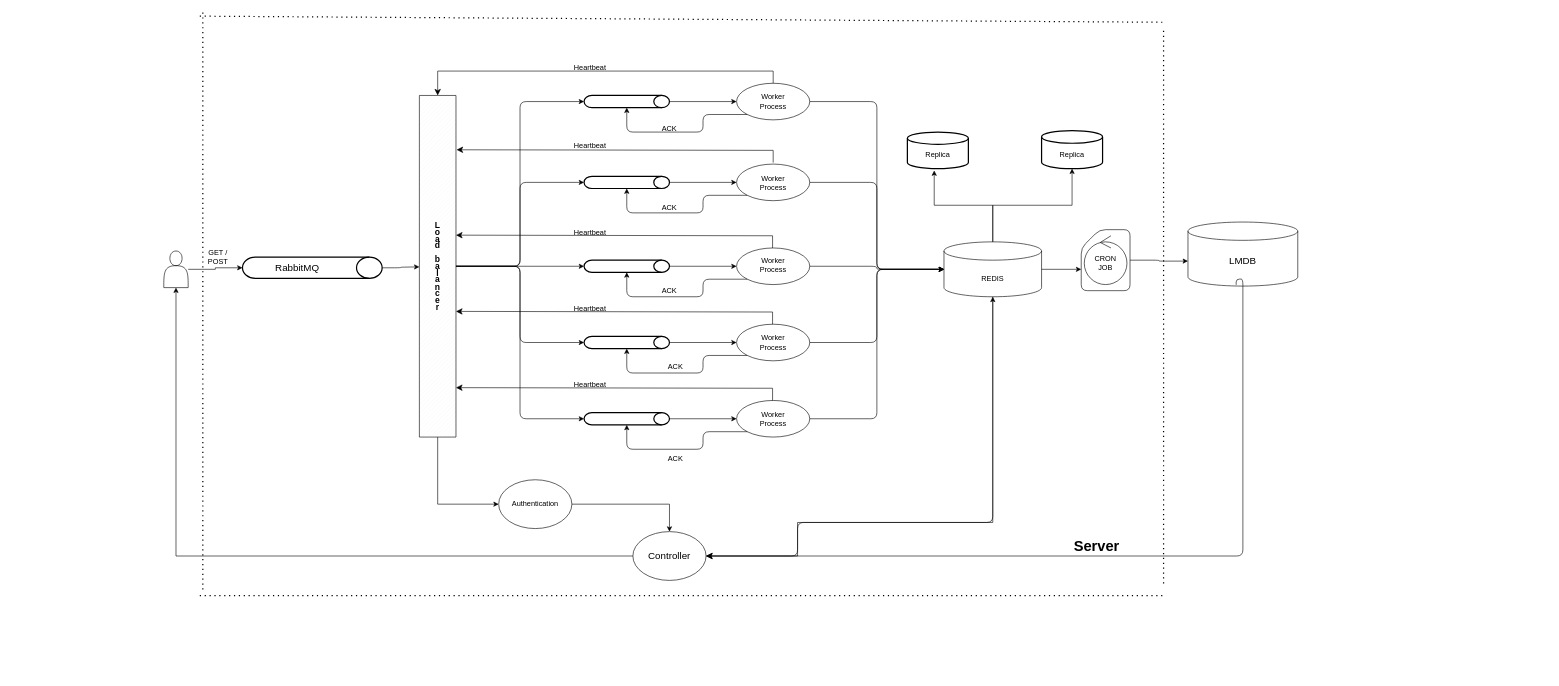
Before: page "Page-2" (2 of 2) of msgLengthCntAggrigator.drawio in mr-optimizer/System_architecture_diagrams, a draw.io diagram. Source tidied: cells renumbered, new cells numbered last; positions are measured from the earlier drawing's top-left corner, leaving out a move shared by most shapes. Both pictures are drawn from the tidied source at 61%, with x=0, y=0 at pixel (163, 11).
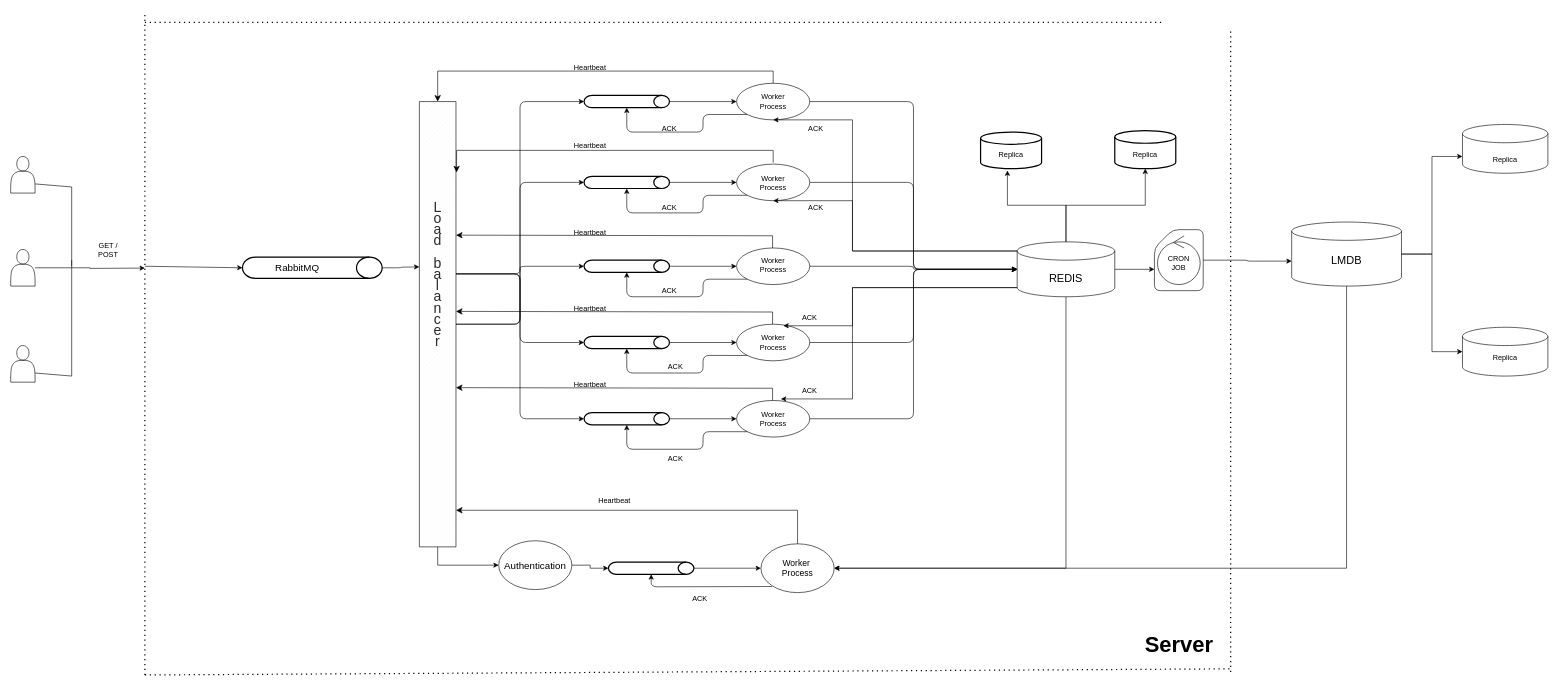
The same diagram, later.

Unchanged cells that the change refers to:
```xml
<mxCell id="9" style="ellipse;whiteSpace=wrap;html=1;labelBackgroundColor=none;rounded=1;" parent="1" vertex="1">
  <mxGeometry x="939" y="118" width="120" height="60" as="geometry" />
</mxCell>
<mxCell id="10" style="ellipse;whiteSpace=wrap;html=1;labelBackgroundColor=none;rounded=1;" parent="1" vertex="1">
  <mxGeometry x="939" y="250.5" width="120" height="60" as="geometry" />
</mxCell>
<mxCell id="12" style="ellipse;whiteSpace=wrap;html=1;labelBackgroundColor=none;rounded=1;" parent="1" vertex="1">
  <mxGeometry x="939" y="513" width="120" height="60" as="geometry" />
</mxCell>
<mxCell id="13" style="ellipse;whiteSpace=wrap;html=1;labelBackgroundColor=none;rounded=1;" parent="1" vertex="1">
  <mxGeometry x="939" y="638" width="120" height="60" as="geometry" />
</mxCell>
<mxCell id="66" style="strokeWidth=2;html=1;shape=mxgraph.flowchart.direct_data;whiteSpace=wrap;rounded=1;" parent="1" vertex="1">
  <mxGeometry x="129" y="403" width="229" height="35" as="geometry" />
</mxCell>
```

Change to the diagram source:
```diff
@@
     <mxCell id="4" style="verticalLabelPosition=bottom;verticalAlign=top;html=1;shape=mxgraph.basic.patternFillRect;fillStyle=diag;step=5;fillStrokeWidth=0.2;fillStrokeColor=#dddddd;labelBackgroundColor=none;rounded=1;" parent="1" vertex="1">
-      <mxGeometry x="419" y="138" width="60" height="560" as="geometry" />
+      <mxGeometry x="419" y="148" width="60" height="730" as="geometry" />
     </mxCell>
@@
-    <mxCell id="8" value="&lt;p style=&quot;line-height: 80%; font-size: 14px;&quot;&gt;&lt;b&gt;L&lt;br&gt;o&lt;br&gt;a&lt;br&gt;d&lt;br&gt;&lt;br&gt;b&lt;br&gt;a&lt;br&gt;l&lt;br&gt;a&lt;br&gt;n&lt;br&gt;c&lt;br&gt;e&lt;br&gt;r&lt;/b&gt;&lt;/p&gt;" style="text;html=1;strokeColor=none;fillColor=none;align=center;verticalAlign=middle;whiteSpace=wrap;rounded=1;labelBackgroundColor=none;" parent="1" vertex="1">
-      <mxGeometry x="419" y="403" width="60" height="30" as="geometry" />
+    <mxCell id="8" value="&lt;p style=&quot;line-height: 80%; font-size: 23px;&quot;&gt;&lt;span style=&quot;font-size: 23px;&quot;&gt;L&lt;br style=&quot;font-size: 23px;&quot;&gt;o&lt;br style=&quot;font-size: 23px;&quot;&gt;a&lt;br style=&quot;font-size: 23px;&quot;&gt;d&lt;br style=&quot;font-size: 23px;&quot;&gt;&lt;br style=&quot;font-size: 23px;&quot;&gt;b&lt;br style=&quot;font-size: 23px;&quot;&gt;a&lt;br style=&quot;font-size: 23px;&quot;&gt;l&lt;br style=&quot;font-size: 23px;&quot;&gt;a&lt;br style=&quot;font-size: 23px;&quot;&gt;n&lt;br style=&quot;font-size: 23px;&quot;&gt;c&lt;br style=&quot;font-size: 23px;&quot;&gt;e&lt;br style=&quot;font-size: 23px;&quot;&gt;r&lt;/span&gt;&lt;/p&gt;" style="text;html=1;strokeColor=none;fillColor=none;align=center;verticalAlign=middle;whiteSpace=wrap;rounded=1;labelBackgroundColor=none;fontSize=23;fontStyle=0;fontColor=#292929;" parent="1" vertex="1">
+      <mxGeometry x="419" y="413" width="60" height="35" as="geometry" />
     </mxCell>
@@
+    <mxCell id="61" style="edgeStyle=orthogonalEdgeStyle;rounded=0;jettySize=auto;html=1;entryX=1;entryY=0.5;entryDx=0;entryDy=0;" parent="1" edge="1" source="29" target="58">
+      <mxGeometry relative="1" as="geometry">
+        <Array as="points">
+          <mxPoint x="1479" y="913" />
+        </Array>
+      </mxGeometry>
+    </mxCell>
+    <mxCell id="89" style="edgeStyle=orthogonalEdgeStyle;rounded=0;jettySize=auto;html=1;exitX=0;exitY=0;exitDx=0;exitDy=15;exitPerimeter=0;entryX=0.5;entryY=1;entryDx=0;entryDy=0;" parent="1" edge="1" source="29" target="9">
+      <mxGeometry relative="1" as="geometry">
+        <Array as="points">
+          <mxPoint x="1129" y="393" />
+          <mxPoint x="1129" y="178" />
+        </Array>
+      </mxGeometry>
+    </mxCell>
+    <mxCell id="90" style="edgeStyle=orthogonalEdgeStyle;rounded=0;jettySize=auto;html=1;exitX=0;exitY=0;exitDx=0;exitDy=15;exitPerimeter=0;entryX=0.5;entryY=1;entryDx=0;entryDy=0;" parent="1" edge="1" source="29" target="10">
+      <mxGeometry relative="1" as="geometry">
+        <Array as="points">
+          <mxPoint x="1129" y="393" />
+          <mxPoint x="1129" y="311" />
+        </Array>
+      </mxGeometry>
+    </mxCell>
     <mxCell id="29" style="shape=cylinder3;whiteSpace=wrap;html=1;boundedLbl=1;backgroundOutline=1;size=15;labelBackgroundColor=none;rounded=1;" parent="1" vertex="1">
-      <mxGeometry x="1279" y="378" width="160" height="90" as="geometry" />
+      <mxGeometry x="1399" y="378" width="160" height="90" as="geometry" />
     </mxCell>
@@
-    <mxCell id="35" value="REDIS" style="text;html=1;strokeColor=none;fillColor=none;align=center;verticalAlign=middle;whiteSpace=wrap;rounded=1;labelBackgroundColor=none;" parent="1" vertex="1">
-      <mxGeometry x="1329" y="423" width="60" height="30" as="geometry" />
+    <mxCell id="35" value="REDIS" style="text;html=1;strokeColor=none;fillColor=none;align=center;verticalAlign=middle;whiteSpace=wrap;rounded=1;labelBackgroundColor=none;fontSize=18;" parent="1" vertex="1">
+      <mxGeometry x="1449" y="423" width="60" height="30" as="geometry" />
     </mxCell>
     <mxCell id="36" style="endArrow=none;dashed=1;html=1;dashPattern=1 3;strokeWidth=2;rounded=1;labelBackgroundColor=none;fontColor=default;" parent="1" edge="1">
       <mxGeometry relative="1" as="geometry">
-        <mxPoint x="59" y="8" as="sourcePoint" />
+        <mxPoint x="-31" y="18" as="sourcePoint" />
         <mxPoint x="1639" y="18" as="targetPoint" />
       </mxGeometry>
     </mxCell>
     <mxCell id="37" style="endArrow=none;dashed=1;html=1;dashPattern=1 3;strokeWidth=2;rounded=1;labelBackgroundColor=none;fontColor=default;" parent="1" edge="1">
       <mxGeometry relative="1" as="geometry">
-        <mxPoint x="64" y="948" as="sourcePoint" />
-        <mxPoint x="64" as="targetPoint" />
+        <mxPoint x="-31" y="1088" as="sourcePoint" />
+        <mxPoint x="-31" y="5" as="targetPoint" />
       </mxGeometry>
     </mxCell>
     <mxCell id="38" style="endArrow=none;dashed=1;html=1;dashPattern=1 3;strokeWidth=2;rounded=1;labelBackgroundColor=none;fontColor=default;" parent="1" edge="1">
       <mxGeometry relative="1" as="geometry">
-        <mxPoint x="1639" y="938" as="sourcePoint" />
-        <mxPoint x="1639" y="28" as="targetPoint" />
+        <mxPoint x="1749" y="1083" as="sourcePoint" />
+        <mxPoint x="1749" y="33" as="targetPoint" />
       </mxGeometry>
     </mxCell>
     <mxCell id="39" style="endArrow=none;dashed=1;html=1;dashPattern=1 3;strokeWidth=2;rounded=1;labelBackgroundColor=none;fontColor=default;" parent="1" edge="1">
       <mxGeometry relative="1" as="geometry">
-        <mxPoint x="59" y="958" as="sourcePoint" />
-        <mxPoint x="1639" y="958" as="targetPoint" />
+        <mxPoint x="-31" y="1088" as="sourcePoint" />
+        <mxPoint x="1749" y="1078" as="targetPoint" />
       </mxGeometry>
     </mxCell>
+    <mxCell id="91" style="edgeStyle=orthogonalEdgeStyle;rounded=0;jettySize=auto;html=1;entryX=1;entryY=0.5;entryDx=0;entryDy=0;" parent="1" edge="1" source="40" target="58">
+      <mxGeometry relative="1" as="geometry">
+        <Array as="points">
+          <mxPoint x="1939" y="913" />
+        </Array>
+      </mxGeometry>
+    </mxCell>
     <mxCell id="40" style="shape=cylinder3;whiteSpace=wrap;html=1;boundedLbl=1;backgroundOutline=1;size=15;labelBackgroundColor=none;rounded=1;" parent="1" vertex="1">
-      <mxGeometry x="1679" y="345.5" width="180" height="105" as="geometry" />
+      <mxGeometry x="1849" y="345.5" width="180" height="105" as="geometry" />
     </mxCell>
-    <mxCell id="41" value="LMDB" style="text;html=1;strokeColor=none;fillColor=none;align=center;verticalAlign=middle;whiteSpace=wrap;rounded=1;labelBackgroundColor=none;fontSize=16;" parent="1" vertex="1">
-      <mxGeometry x="1739" y="393" width="60" height="30" as="geometry" />
+    <mxCell id="41" value="LMDB" style="text;html=1;strokeColor=none;fillColor=none;align=center;verticalAlign=middle;whiteSpace=wrap;rounded=1;labelBackgroundColor=none;fontSize=18;" parent="1" vertex="1">
+      <mxGeometry x="1909" y="393" width="60" height="30" as="geometry" />
     </mxCell>
     <mxCell id="42" style="shape=card;whiteSpace=wrap;html=1;labelBackgroundColor=none;rounded=1;" parent="1" vertex="1">
-      <mxGeometry x="1504" y="358" width="80" height="100" as="geometry" />
+      <mxGeometry x="1624" y="358" width="80" height="100" as="geometry" />
     </mxCell>
-    <mxCell id="43" value="Server" style="text;strokeColor=none;fillColor=none;html=1;fontSize=24;fontStyle=1;verticalAlign=middle;align=center;labelBackgroundColor=none;rounded=1;" parent="1" vertex="1">
-      <mxGeometry x="1479" y="858" width="100" height="40" as="geometry" />
+    <mxCell id="43" value="Server" style="text;strokeColor=none;fillColor=none;html=1;fontSize=36;fontStyle=1;verticalAlign=middle;align=center;labelBackgroundColor=none;rounded=1;" parent="1" vertex="1">
+      <mxGeometry x="1614" y="1018" width="100" height="40" as="geometry" />
     </mxCell>
     <mxCell id="44" value="CRON&lt;br&gt;JOB" style="ellipse;shape=umlControl;whiteSpace=wrap;html=1;labelBackgroundColor=none;rounded=1;" parent="1" vertex="1">
-      <mxGeometry x="1509" y="368" width="70" height="80" as="geometry" />
+      <mxGeometry x="1629" y="368" width="70" height="80" as="geometry" />
     </mxCell>
@@
-    <mxCell id="57" style="edgeStyle=orthogonalEdgeStyle;rounded=0;jettySize=auto;html=1;entryX=0.5;entryY=1;entryDx=0;entryDy=0;" parent="1" edge="1" source="58" target="64">
-      <mxGeometry relative="1" as="geometry" />
-    </mxCell>
     <mxCell id="58" style="ellipse;whiteSpace=wrap;html=1;labelBackgroundColor=none;rounded=1;" parent="1" vertex="1">
-      <mxGeometry x="769" y="853" width="120" height="80" as="geometry" />
+      <mxGeometry x="979" y="873" width="120" height="80" as="geometry" />
     </mxCell>
     <mxCell id="59" value="GET / POST" style="text;html=1;strokeColor=none;fillColor=none;align=center;verticalAlign=middle;whiteSpace=wrap;rounded=1;labelBackgroundColor=none;" parent="1" vertex="1">
-      <mxGeometry x="59" y="388" width="60" height="30" as="geometry" />
+      <mxGeometry x="-121" y="375.5" width="60" height="30" as="geometry" />
     </mxCell>
-    <mxCell id="60" value="Controller" style="text;html=1;strokeColor=none;fillColor=none;align=center;verticalAlign=middle;whiteSpace=wrap;rounded=1;labelBackgroundColor=none;fontSize=16;" parent="1" vertex="1">
-      <mxGeometry x="799" y="878" width="60" height="30" as="geometry" />
+    <mxCell id="60" value="Worker&amp;nbsp;&lt;br style=&quot;font-size: 14px;&quot;&gt;Process" style="text;html=1;strokeColor=none;fillColor=none;align=center;verticalAlign=middle;whiteSpace=wrap;rounded=1;labelBackgroundColor=none;fontSize=14;" parent="1" vertex="1">
+      <mxGeometry x="1009" y="898" width="60" height="30" as="geometry" />
     </mxCell>
-    <mxCell id="61" style="edgeStyle=segmentEdgeStyle;endArrow=classic;html=1;curved=0;rounded=1;endSize=8;startSize=8;exitX=0.5;exitY=1;exitDx=0;exitDy=0;entryX=1;entryY=0.5;entryDx=0;entryDy=0;exitPerimeter=0;labelBackgroundColor=none;fontColor=default;" parent="1" edge="1" source="29" target="58">
-      <mxGeometry relative="1" as="geometry">
-        <Array as="points">
-          <mxPoint x="1359" y="838" />
-          <mxPoint x="1039" y="838" />
-          <mxPoint x="1039" y="893" />
-        </Array>
-      </mxGeometry>
-    </mxCell>
-    <mxCell id="62" style="edgeStyle=segmentEdgeStyle;endArrow=classic;html=1;curved=0;rounded=1;endSize=8;startSize=8;exitX=0.439;exitY=0.981;exitDx=0;exitDy=0;exitPerimeter=0;labelBackgroundColor=none;fontColor=default;entryX=1;entryY=0.5;entryDx=0;entryDy=0;" parent="1" edge="1" source="40">
-      <mxGeometry relative="1" as="geometry">
-        <mxPoint x="889" y="893" as="targetPoint" />
-        <Array as="points">
-          <mxPoint x="1758" y="439" />
-          <mxPoint x="1769" y="439" />
-          <mxPoint x="1769" y="893" />
-        </Array>
-      </mxGeometry>
-    </mxCell>
-    <mxCell id="63" style="edgeStyle=orthogonalEdgeStyle;rounded=0;jettySize=auto;html=1;entryX=0;entryY=0.5;entryDx=0;entryDy=0;entryPerimeter=0;" parent="1" edge="1" source="64" target="66">
-      <mxGeometry relative="1" as="geometry" />
-    </mxCell>
     <mxCell id="64" style="shape=actor;whiteSpace=wrap;html=1;labelBackgroundColor=none;rounded=1;" parent="1" vertex="1">
-      <mxGeometry y="393" width="40" height="60" as="geometry" />
+      <mxGeometry x="-251" y="238" width="40" height="60" as="geometry" />
     </mxCell>
@@
     <mxCell id="68" style="strokeWidth=2;html=1;shape=mxgraph.flowchart.database;whiteSpace=wrap;" parent="1" vertex="1">
-      <mxGeometry x="1219" y="198" width="100" height="60" as="geometry" />
+      <mxGeometry x="1339" y="198" width="100" height="60" as="geometry" />
     </mxCell>
     <mxCell id="69" style="strokeWidth=2;html=1;shape=mxgraph.flowchart.database;whiteSpace=wrap;" parent="1" vertex="1">
-      <mxGeometry x="1439" y="195.5" width="100" height="62.5" as="geometry" />
+      <mxGeometry x="1559" y="195.5" width="100" height="62.5" as="geometry" />
     </mxCell>
@@
     <mxCell id="72" value="Replica" style="text;html=1;strokeColor=none;fillColor=none;align=center;verticalAlign=middle;whiteSpace=wrap;rounded=0;" parent="1" vertex="1">
-      <mxGeometry x="1239" y="220.5" width="60" height="30" as="geometry" />
+      <mxGeometry x="1359" y="220.5" width="60" height="30" as="geometry" />
     </mxCell>
     <mxCell id="73" value="Replica" style="text;html=1;strokeColor=none;fillColor=none;align=center;verticalAlign=middle;whiteSpace=wrap;rounded=0;" parent="1" vertex="1">
-      <mxGeometry x="1459" y="220.5" width="60" height="30" as="geometry" />
+      <mxGeometry x="1579" y="220.5" width="60" height="30" as="geometry" />
     </mxCell>
@@
-    <mxCell id="84" style="edgeStyle=orthogonalEdgeStyle;rounded=0;jettySize=auto;html=1;entryX=0.5;entryY=0;entryDx=0;entryDy=0;" parent="1" edge="1" source="85" target="58">
-      <mxGeometry relative="1" as="geometry" />
-    </mxCell>
     <mxCell id="85" style="ellipse;whiteSpace=wrap;html=1;" parent="1" vertex="1">
-      <mxGeometry x="549" y="768" width="120" height="80" as="geometry" />
+      <mxGeometry x="549" y="868" width="120" height="80" as="geometry" />
     </mxCell>
@@
-    <mxCell id="87" value="Authentication" style="text;html=1;strokeColor=none;fillColor=none;align=center;verticalAlign=middle;whiteSpace=wrap;rounded=0;" parent="1" vertex="1">
-      <mxGeometry x="579" y="793" width="60" height="30" as="geometry" />
+    <mxCell id="87" value="Authentication" style="text;html=1;strokeColor=none;fillColor=none;align=center;verticalAlign=middle;whiteSpace=wrap;rounded=0;fontSize=16;" parent="1" vertex="1">
+      <mxGeometry x="579" y="893" width="60" height="30" as="geometry" />
     </mxCell>
-    <mxCell id="88" style="edgeStyle=orthogonalEdgeStyle;rounded=0;jettySize=auto;html=1;entryX=0.5;entryY=1;entryDx=0;entryDy=0;entryPerimeter=0;" parent="1" edge="1" source="58" target="29">
-      <mxGeometry relative="1" as="geometry">
-        <Array as="points">
-          <mxPoint x="1039" y="893" />
-          <mxPoint x="1039" y="838" />
-          <mxPoint x="1359" y="838" />
-        </Array>
-      </mxGeometry>
-    </mxCell>
+    <mxCell id="92" style="shape=cylinder3;whiteSpace=wrap;html=1;boundedLbl=1;backgroundOutline=1;size=15;" parent="1" vertex="1">
+      <mxGeometry x="2129" y="185.5" width="140" height="80" as="geometry" />
+    </mxCell>
+    <mxCell id="93" style="shape=cylinder3;whiteSpace=wrap;html=1;boundedLbl=1;backgroundOutline=1;size=15;" parent="1" vertex="1">
+      <mxGeometry x="2129" y="518" width="140" height="80" as="geometry" />
+    </mxCell>
+    <mxCell id="94" value="Replica" style="text;html=1;strokeColor=none;fillColor=none;align=center;verticalAlign=middle;whiteSpace=wrap;rounded=0;" parent="1" vertex="1">
+      <mxGeometry x="2169" y="228" width="60" height="30" as="geometry" />
+    </mxCell>
+    <mxCell id="95" value="Replica" style="text;html=1;strokeColor=none;fillColor=none;align=center;verticalAlign=middle;whiteSpace=wrap;rounded=0;" parent="1" vertex="1">
+      <mxGeometry x="2169" y="553" width="60" height="30" as="geometry" />
+    </mxCell>
+    <mxCell id="96" style="edgeStyle=orthogonalEdgeStyle;rounded=0;jettySize=auto;html=1;entryX=0;entryY=0;entryDx=0;entryDy=52.5;entryPerimeter=0;" parent="1" edge="1" source="40" target="92">
+      <mxGeometry relative="1" as="geometry" />
+    </mxCell>
+    <mxCell id="97" style="edgeStyle=orthogonalEdgeStyle;rounded=0;jettySize=auto;html=1;entryX=0;entryY=0.5;entryDx=0;entryDy=0;entryPerimeter=0;" parent="1" edge="1" source="40" target="93">
+      <mxGeometry relative="1" as="geometry" />
+    </mxCell>
+    <mxCell id="98" style="edgeStyle=orthogonalEdgeStyle;rounded=0;jettySize=auto;html=1;entryX=0;entryY=0.5;entryDx=0;entryDy=0;" parent="1" edge="1" source="99" target="58">
+      <mxGeometry relative="1" as="geometry" />
+    </mxCell>
+    <mxCell id="99" style="strokeWidth=2;html=1;shape=mxgraph.flowchart.direct_data;whiteSpace=wrap;labelBackgroundColor=none;rounded=1;" parent="1" vertex="1">
+      <mxGeometry x="729" y="903" width="140" height="20" as="geometry" />
+    </mxCell>
+    <mxCell id="100" style="edgeStyle=orthogonalEdgeStyle;rounded=1;jettySize=auto;html=1;exitX=0;exitY=1;exitDx=0;exitDy=0;entryX=0.5;entryY=1;entryDx=0;entryDy=0;entryPerimeter=0;labelBackgroundColor=none;fontColor=default;" parent="1" edge="1" target="99">
+      <mxGeometry relative="1" as="geometry">
+        <mxPoint x="997" y="943" as="sourcePoint" />
+      </mxGeometry>
+    </mxCell>
+    <mxCell id="101" value="ACK" style="text;html=1;strokeColor=none;fillColor=none;align=center;verticalAlign=middle;whiteSpace=wrap;rounded=1;labelBackgroundColor=none;" parent="1" vertex="1">
+      <mxGeometry x="849" y="948" width="60" height="30" as="geometry" />
+    </mxCell>
+    <mxCell id="102" style="edgeStyle=orthogonalEdgeStyle;rounded=0;jettySize=auto;html=1;entryX=0;entryY=0.5;entryDx=0;entryDy=0;entryPerimeter=0;" parent="1" edge="1" source="85" target="99">
+      <mxGeometry relative="1" as="geometry" />
+    </mxCell>
+    <mxCell id="103" style="edgeStyle=segmentEdgeStyle;endArrow=classic;html=1;curved=0;rounded=0;endSize=8;startSize=8;entryX=1.017;entryY=0.159;entryDx=0;entryDy=0;entryPerimeter=0;exitX=0.5;exitY=0;exitDx=0;exitDy=0;" parent="1" edge="1" source="58">
+      <mxGeometry relative="1" as="geometry">
+        <mxPoint x="479" y="818" as="targetPoint" />
+        <Array as="points">
+          <mxPoint x="1039" y="818" />
+        </Array>
+      </mxGeometry>
+    </mxCell>
+    <mxCell id="104" value="Heartbeat" style="text;html=1;strokeColor=none;fillColor=none;align=center;verticalAlign=middle;whiteSpace=wrap;rounded=0;" parent="1" vertex="1">
+      <mxGeometry x="709" y="788" width="60" height="30" as="geometry" />
+    </mxCell>
+    <mxCell id="105" style="edgeStyle=orthogonalEdgeStyle;rounded=0;jettySize=auto;html=1;exitX=0;exitY=1;exitDx=0;exitDy=-15;exitPerimeter=0;entryX=0.606;entryY=-0.042;entryDx=0;entryDy=0;entryPerimeter=0;" parent="1" edge="1" source="29" target="13">
+      <mxGeometry relative="1" as="geometry">
+        <Array as="points">
+          <mxPoint x="1129" y="453" />
+          <mxPoint x="1129" y="636" />
+        </Array>
+      </mxGeometry>
+    </mxCell>
+    <mxCell id="106" style="edgeStyle=orthogonalEdgeStyle;rounded=0;jettySize=auto;html=1;exitX=0;exitY=1;exitDx=0;exitDy=-15;exitPerimeter=0;entryX=0.64;entryY=0.042;entryDx=0;entryDy=0;entryPerimeter=0;" parent="1" edge="1" source="29" target="12">
+      <mxGeometry relative="1" as="geometry">
+        <Array as="points">
+          <mxPoint x="1129" y="453" />
+          <mxPoint x="1129" y="516" />
+        </Array>
+      </mxGeometry>
+    </mxCell>
+    <mxCell id="107" value="ACK" style="text;html=1;strokeColor=none;fillColor=none;align=center;verticalAlign=middle;whiteSpace=wrap;rounded=1;labelBackgroundColor=none;" parent="1" vertex="1">
+      <mxGeometry x="1039" y="178" width="60" height="30" as="geometry" />
+    </mxCell>
+    <mxCell id="108" value="ACK" style="text;html=1;strokeColor=none;fillColor=none;align=center;verticalAlign=middle;whiteSpace=wrap;rounded=1;labelBackgroundColor=none;" parent="1" vertex="1">
+      <mxGeometry x="1039" y="308" width="60" height="30" as="geometry" />
+    </mxCell>
+    <mxCell id="109" style="shape=actor;whiteSpace=wrap;html=1;labelBackgroundColor=none;rounded=1;" parent="1" vertex="1">
+      <mxGeometry x="-251" y="390.5" width="40" height="60" as="geometry" />
+    </mxCell>
+    <mxCell id="110" style="shape=actor;whiteSpace=wrap;html=1;labelBackgroundColor=none;rounded=1;" parent="1" vertex="1">
+      <mxGeometry x="-251" y="548" width="40" height="60" as="geometry" />
+    </mxCell>
+    <mxCell id="111" style="edgeStyle=orthogonalEdgeStyle;rounded=0;jettySize=auto;html=1;" parent="1" edge="1" source="109">
+      <mxGeometry relative="1" as="geometry">
+        <mxPoint x="-31" y="421" as="targetPoint" />
+      </mxGeometry>
+    </mxCell>
+    <mxCell id="112" value="ACK" style="text;html=1;strokeColor=none;fillColor=none;align=center;verticalAlign=middle;whiteSpace=wrap;rounded=1;labelBackgroundColor=none;" parent="1" vertex="1">
+      <mxGeometry x="1029" y="488" width="60" height="30" as="geometry" />
+    </mxCell>
+    <mxCell id="113" value="ACK" style="text;html=1;strokeColor=none;fillColor=none;align=center;verticalAlign=middle;whiteSpace=wrap;rounded=1;labelBackgroundColor=none;" parent="1" vertex="1">
+      <mxGeometry x="1029" y="608" width="60" height="30" as="geometry" />
+    </mxCell>
+    <mxCell id="114" style="endArrow=classic;html=1;rounded=0;entryX=0;entryY=0.5;entryDx=0;entryDy=0;entryPerimeter=0;" parent="1" edge="1" target="66">
+      <mxGeometry relative="1" as="geometry">
+        <mxPoint x="-31" y="418" as="sourcePoint" />
+      </mxGeometry>
+    </mxCell>
+    <mxCell id="115" style="endArrow=none;html=1;rounded=0;exitX=1;exitY=0.75;exitDx=0;exitDy=0;" parent="1" edge="1" source="64">
+      <mxGeometry relative="1" as="geometry">
+        <mxPoint x="-151" y="418" as="targetPoint" />
+        <Array as="points">
+          <mxPoint x="-151" y="288" />
+        </Array>
+      </mxGeometry>
+    </mxCell>
+    <mxCell id="116" style="endArrow=none;html=1;rounded=0;exitX=1;exitY=0.75;exitDx=0;exitDy=0;" parent="1" edge="1" source="110">
+      <mxGeometry relative="1" as="geometry">
+        <mxPoint x="-151" y="408" as="targetPoint" />
+        <Array as="points">
+          <mxPoint x="-151" y="598" />
+        </Array>
+      </mxGeometry>
+    </mxCell>
```
